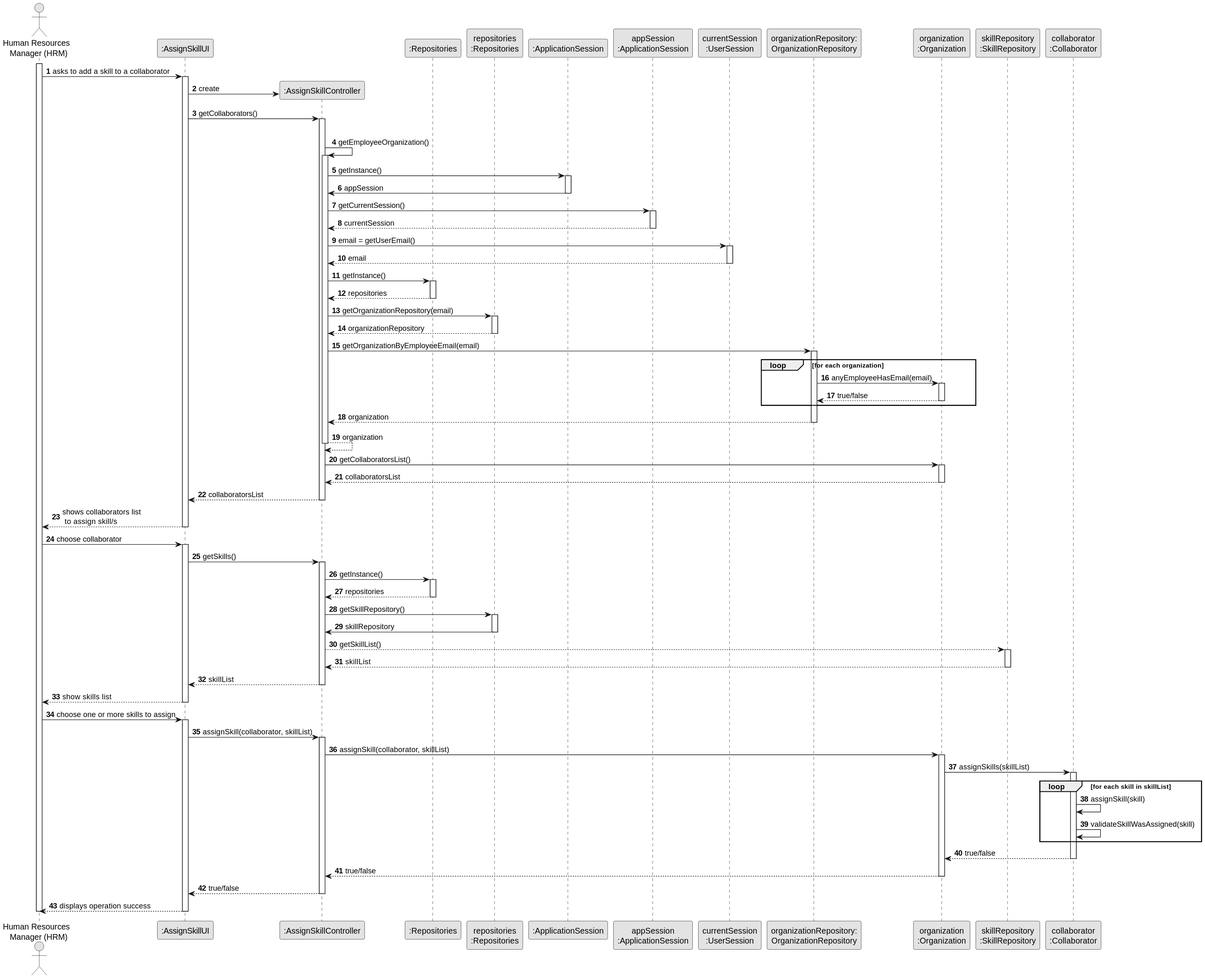
Before: docs/sprintB/us004/03.design/svg/us004-sequence-diagram-full.svg, a diagram exported from PlantUML (Departamento-de-Engenharia-Informatica/lei-24-s2-1dkl-g134).
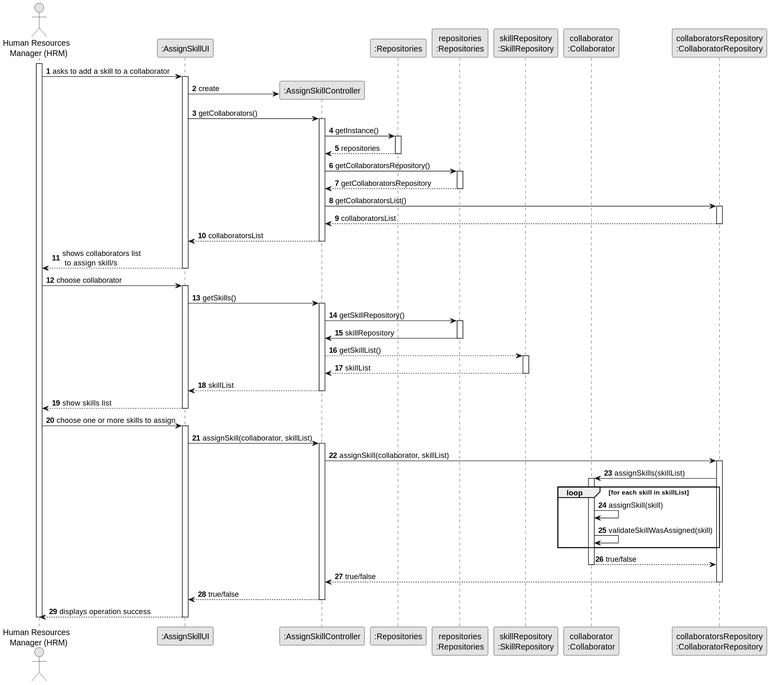
The same file after the commit.

Diff of the diagram source:
```diff
@@ -10,13 +10,9 @@
 participant ":AssignSkillController" as CTRL
 participant ":Repositories" as RepositorySingleton
 participant "repositories\n:Repositories" as PLAT
-participant ":ApplicationSession" as _APP
-participant "appSession\n:ApplicationSession" as APP
-participant "currentSession\n:UserSession" as SESSAO
-participant "organizationRepository:\nOrganizationRepository" as OrganizationRepository
-participant "organization\n:Organization" as ORG
 participant "skillRepository\n:SkillRepository" as SkillRepository
 participant "collaborator\n:Collaborator" as COLLAB
+participant "collaboratorsRepository\n:CollaboratorRepository" as CR
 
 activate HRM
 
@@ -30,27 +26,6 @@
             UI -> CTRL : getCollaborators()
             activate CTRL
 
-                |||
-                CTRL -> CTRL : getEmployeeOrganization()
-                activate CTRL
-
-                    CTRL -> _APP: getInstance()
-                    activate _APP
-                        _APP -> CTRL: appSession
-                    deactivate _APP
-
-
-                    CTRL -> APP: getCurrentSession()
-                    activate APP
-
-                        APP --> CTRL: currentSession
-                    deactivate APP
-
-                    CTRL -> SESSAO: email = getUserEmail()
-                    activate SESSAO
-
-                        SESSAO --> CTRL: email
-                    deactivate SESSAO
 
                     CTRL -> RepositorySingleton: getInstance()
                     activate RepositorySingleton
@@ -58,35 +33,17 @@
                     RepositorySingleton --> CTRL: repositories
                     deactivate RepositorySingleton
 
-                    CTRL -> PLAT: getOrganizationRepository(email)
+                    CTRL -> PLAT: getCollaboratorsRepository()
                     activate PLAT
 
-                        PLAT --> CTRL: organizationRepository
+                        PLAT --> CTRL: getCollaboratorsRepository
                     deactivate PLAT
 
+                CTRL -> CR: getCollaboratorsList()
+                activate CR
 
-                    CTRL -> OrganizationRepository: getOrganizationByEmployeeEmail(email)
-                    activate OrganizationRepository
-
-                        loop for each organization
-
-                            OrganizationRepository -> ORG : anyEmployeeHasEmail(email)
-                            activate ORG
-
-                                 ORG --> OrganizationRepository : true/false
-                            deactivate ORG
-                        end
-                        OrganizationRepository --> CTRL : organization
-                    deactivate OrganizationRepository
-
-                    CTRL --> CTRL : organization
-                deactivate CTRL
-
-                CTRL -> ORG: getCollaboratorsList()
-                activate ORG
-
-                ORG --> CTRL: collaboratorsList
-                deactivate ORG
+                CR --> CTRL: collaboratorsList
+                deactivate CR
 
                 CTRL --> UI : collaboratorsList
             deactivate CTRL
@@ -99,12 +56,6 @@
 
    UI -> CTRL : getSkills()
            activate CTRL
-
- CTRL -> RepositorySingleton : getInstance()
-         activate RepositorySingleton
-
-         RepositorySingleton --> CTRL: repositories
-         deactivate RepositorySingleton
 
          CTRL -> PLAT : getSkillRepository()
          activate PLAT
@@ -130,10 +81,10 @@
          UI -> CTRL : assignSkill(collaborator, skillList)
          activate CTRL
 
-         CTRL -> ORG : assignSkill(collaborator, skillList)
-         activate ORG
+         CTRL -> CR : assignSkill(collaborator, skillList)
+         activate CR
 
-         ORG -> COLLAB : assignSkills(skillList)
+         CR -> COLLAB : assignSkills(skillList)
          activate COLLAB
 
          loop for each skill in skillList
@@ -142,11 +93,11 @@
          COLLAB -> COLLAB :validateSkillWasAssigned(skill)
          end
 
-         COLLAB --> ORG : true/false
+         COLLAB --> CR : true/false
          deactivate COLLAB
 
-         ORG --> CTRL : true/false
-         deactivate ORG
+         CR --> CTRL : true/false
+         deactivate CR
 
          CTRL --> UI : true/false
          deactivate CTRL
```
